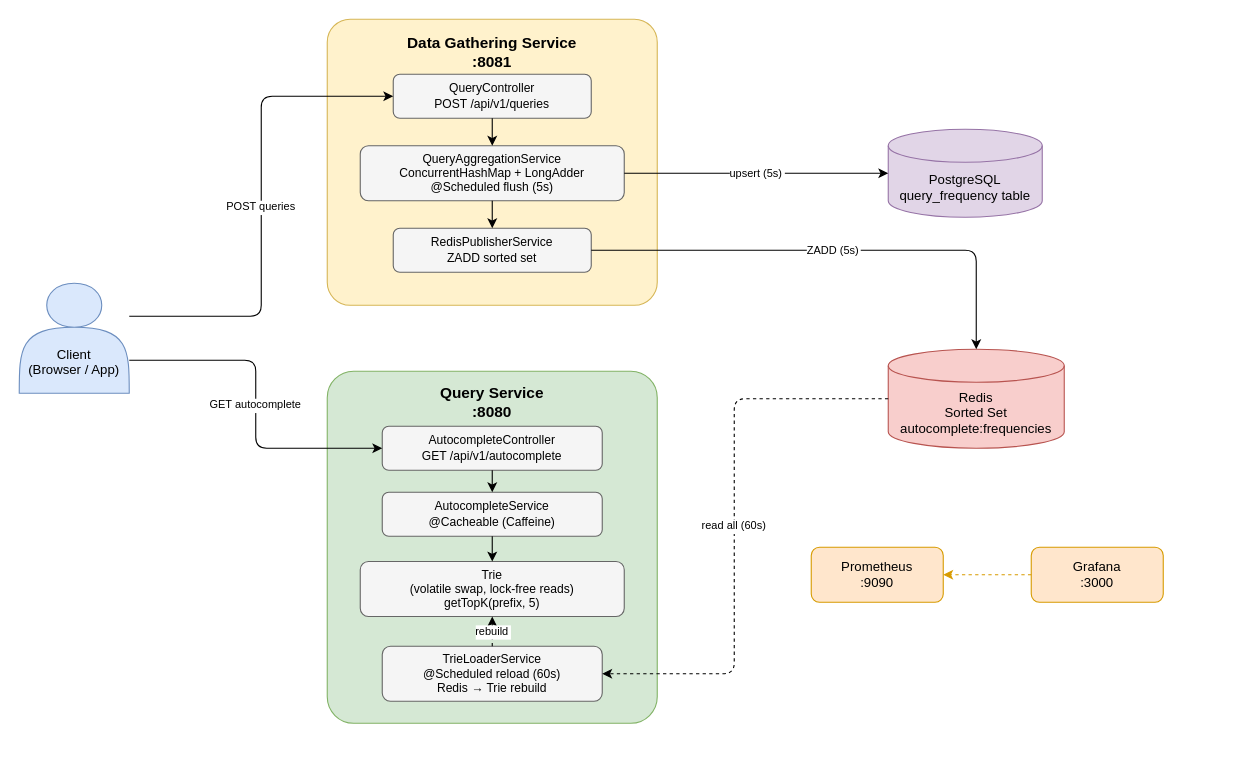
Before: diagrams/components.drawio in azastashkov/search-autocomplete-system, a draw.io diagram. Source tidied: cells renumbered, new cells numbered last; positions are measured from the earlier drawing's top-left corner, leaving out a move shared by most shapes. Both pictures are drawn from the tidied source at 110%, with x=0, y=0 at pixel (19, 19).
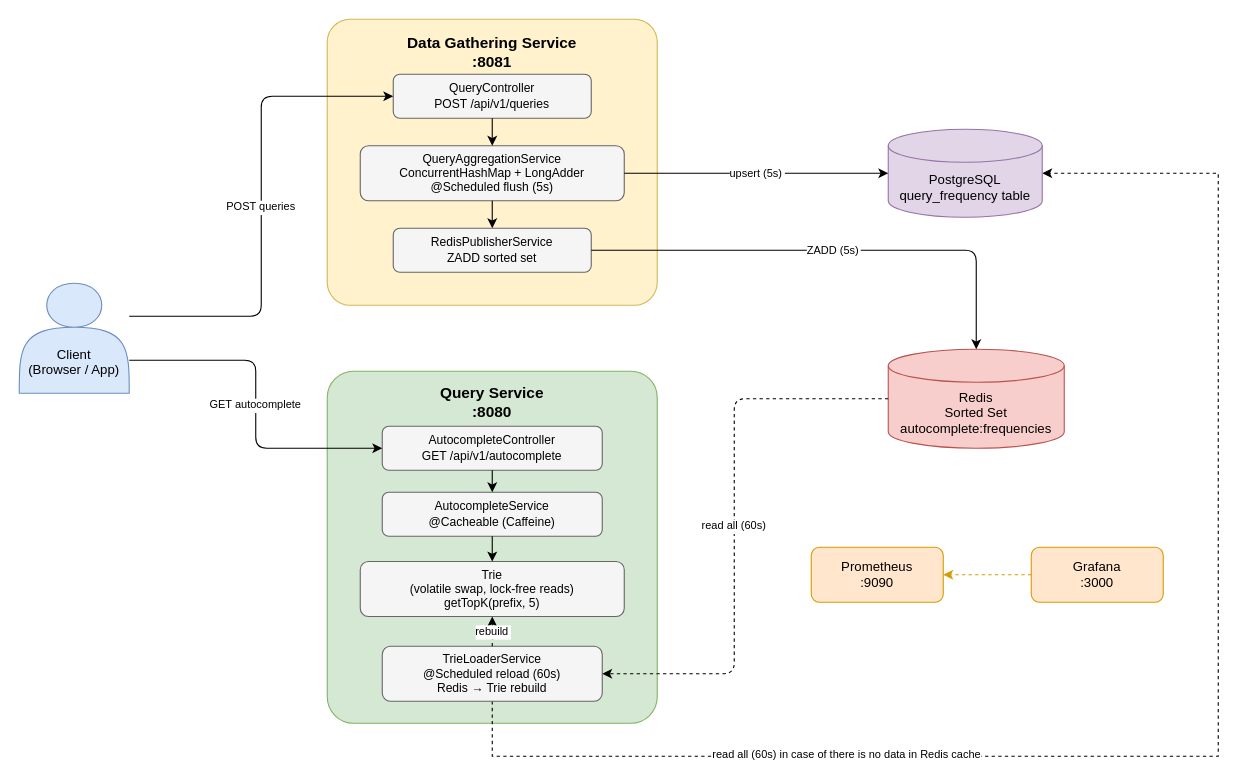
The same page after the edit.

Unchanged cells that the change refers to:
```xml
<mxCell id="13" value="TrieLoaderService&#10;@Scheduled reload (60s)&#10;Redis → Trie rebuild" style="rounded=1;whiteSpace=wrap;html=1;fillColor=#f5f5f5;strokeColor=#666666;fontSize=11;" parent="1" vertex="1">
  <mxGeometry x="330" y="570" width="200" height="50" as="geometry" />
</mxCell>
<mxCell id="14" value="PostgreSQL&#10;query_frequency table" style="shape=cylinder3;whiteSpace=wrap;html=1;boundedLbl=1;backgroundOutline=1;size=15;fillColor=#e1d5e7;strokeColor=#9673a6;fontSize=12;" parent="1" vertex="1">
  <mxGeometry x="790" y="100" width="140" height="80" as="geometry" />
</mxCell>
```

Diff of the diagram source:
```diff
@@
+    <mxCell id="29" style="edgeStyle=orthogonalEdgeStyle;rounded=0;jettySize=auto;html=1;exitX=0.5;exitY=1;exitDx=0;exitDy=0;entryX=1;entryY=0.5;entryDx=0;entryDy=0;entryPerimeter=0;dashed=1;" parent="1" edge="1" source="13" target="14">
+      <mxGeometry relative="1" as="geometry">
+        <Array as="points">
+          <mxPoint x="430" y="670" />
+          <mxPoint x="1090" y="670" />
+          <mxPoint x="1090" y="140" />
+        </Array>
+      </mxGeometry>
+    </mxCell>
+    <mxCell id="30" value="&lt;span style=&quot;font-size: 10px;&quot;&gt;read all (60s) in case of there is no data in Redis cache&lt;/span&gt;" style="edgeLabel;html=1;align=center;verticalAlign=middle;" parent="29" vertex="1">
+      <mxGeometry x="-0.47" y="3" relative="1" as="geometry" />
+    </mxCell>
```
